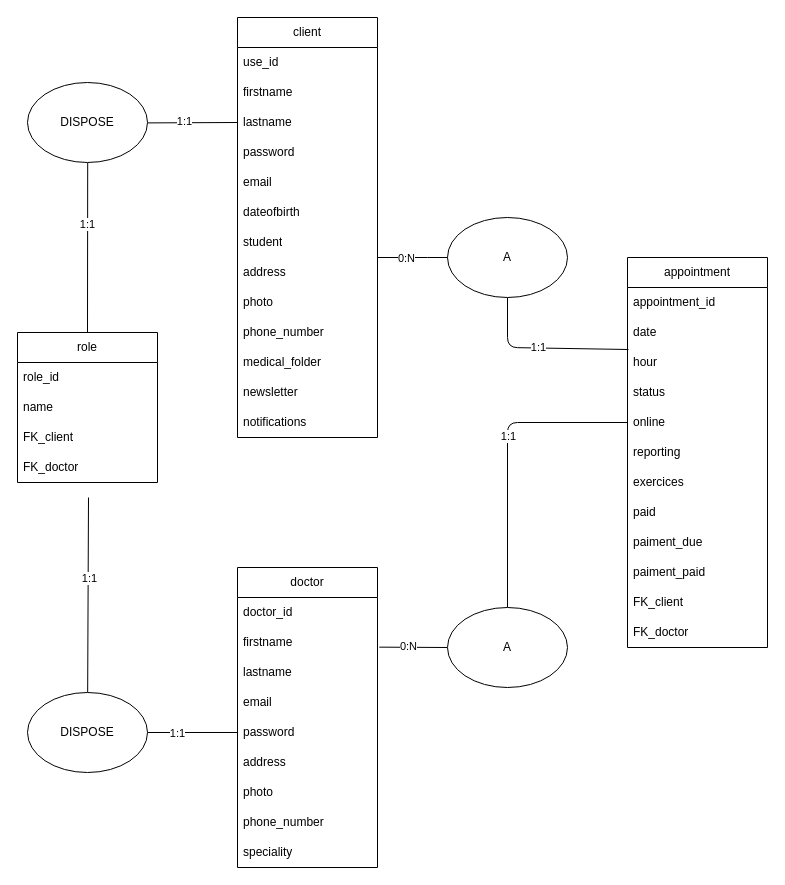
The draw.io diagram mld/mld.drawio in AlexSearha/KL-sophro-React-Back, before the edit. Source tidied: cells renumbered, new cells numbered last; positions are measured from the earlier drawing's top-left corner, leaving out a move shared by most shapes. Both pictures are drawn from the tidied source at 100%, with x=0, y=0 at pixel (17, 17).
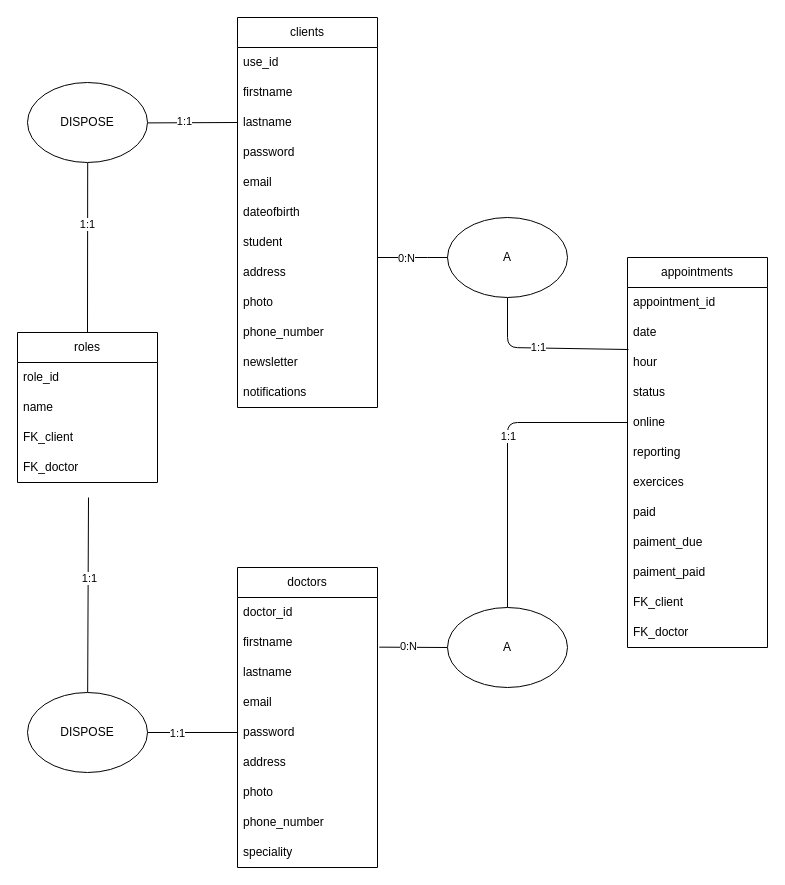
Above is the later version.

Change to the diagram source:
```diff
@@
-    <mxCell id="2" value="client" style="swimlane;fontStyle=0;horizontal=1;startSize=30;whiteSpace=wrap;html=1;" parent="1" vertex="1">
-      <mxGeometry x="220" width="140" height="420" as="geometry" />
+    <mxCell id="2" value="clients" style="swimlane;fontStyle=0;horizontal=1;startSize=30;whiteSpace=wrap;html=1;" parent="1" vertex="1">
+      <mxGeometry x="220" width="140" height="390" as="geometry" />
     </mxCell>
@@
-    <mxCell id="13" value="medical_folder" style="text;strokeColor=none;fillColor=none;align=left;verticalAlign=middle;spacingLeft=4;spacingRight=4;overflow=hidden;whiteSpace=wrap;html=1;" parent="2" vertex="1">
-      <mxGeometry y="330" width="140" height="30" as="geometry" />
-    </mxCell>
     <mxCell id="14" value="newsletter" style="text;strokeColor=none;fillColor=none;align=left;verticalAlign=middle;spacingLeft=4;spacingRight=4;overflow=hidden;whiteSpace=wrap;html=1;" parent="2" vertex="1">
-      <mxGeometry y="360" width="140" height="30" as="geometry" />
+      <mxGeometry y="330" width="140" height="30" as="geometry" />
     </mxCell>
     <mxCell id="15" value="notifications" style="text;strokeColor=none;fillColor=none;align=left;verticalAlign=middle;spacingLeft=4;spacingRight=4;overflow=hidden;whiteSpace=wrap;html=1;" parent="2" vertex="1">
-      <mxGeometry y="390" width="140" height="30" as="geometry" />
+      <mxGeometry y="360" width="140" height="30" as="geometry" />
     </mxCell>
-    <mxCell id="16" value="doctor" style="swimlane;fontStyle=0;horizontal=1;startSize=30;whiteSpace=wrap;html=1;" parent="1" vertex="1">
+    <mxCell id="16" value="doctors" style="swimlane;fontStyle=0;horizontal=1;startSize=30;whiteSpace=wrap;html=1;" parent="1" vertex="1">
       <mxGeometry x="220" y="550" width="140" height="300" as="geometry" />
     </mxCell>
@@
-    <mxCell id="26" value="appointment" style="swimlane;fontStyle=0;horizontal=1;startSize=30;whiteSpace=wrap;html=1;" parent="1" vertex="1">
+    <mxCell id="26" value="appointments" style="swimlane;fontStyle=0;horizontal=1;startSize=30;whiteSpace=wrap;html=1;" parent="1" vertex="1">
       <mxGeometry x="610" y="240" width="140" height="390" as="geometry" />
     </mxCell>
@@
-    <mxCell id="39" value="role" style="swimlane;fontStyle=0;horizontal=1;startSize=30;whiteSpace=wrap;html=1;" parent="1" vertex="1">
+    <mxCell id="39" value="roles" style="swimlane;fontStyle=0;horizontal=1;startSize=30;whiteSpace=wrap;html=1;" parent="1" vertex="1">
       <mxGeometry y="315" width="140" height="150" as="geometry" />
     </mxCell>
```
